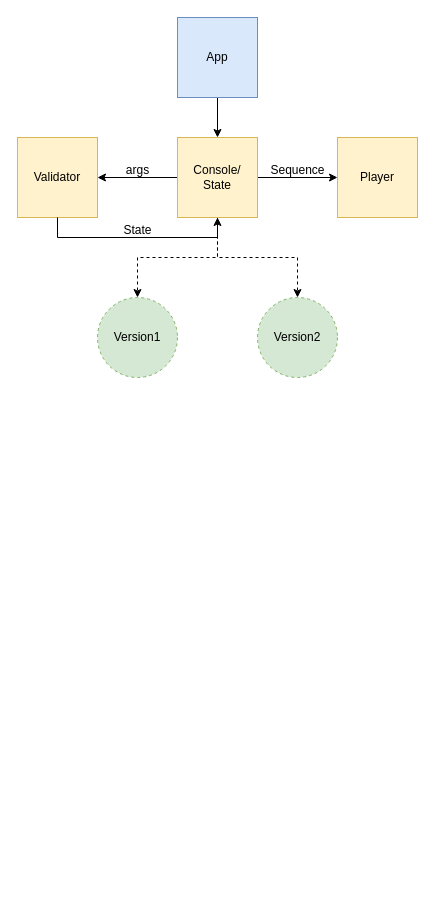
Earlier version of the draw.io diagram design/Actors.drawio (ppiecha/MoMo2). Source tidied: cells renumbered, new cells numbered last; positions are measured from the earlier drawing's top-left corner, leaving out a move shared by most shapes. Both pictures are drawn from the tidied source at 100%, with x=0, y=0 at pixel (17, 17).
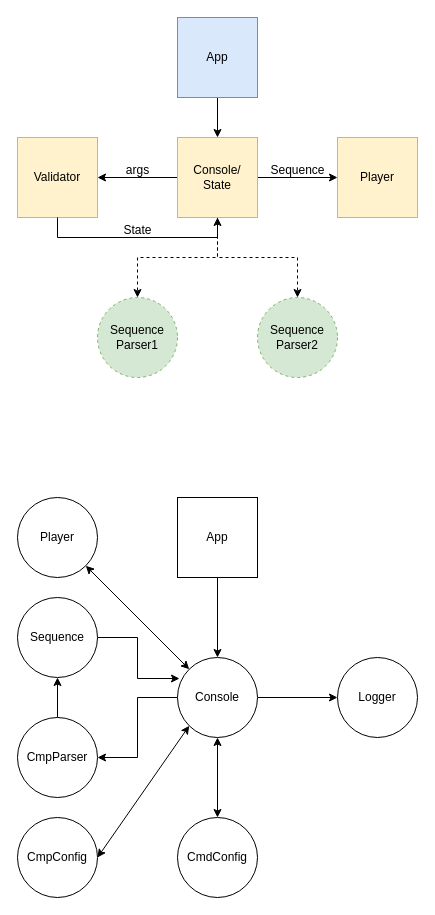
The same page after the edit.

Change to the diagram source:
```diff
@@
-    <mxCell id="9" value="Version1" style="ellipse;whiteSpace=wrap;html=1;fillColor=#d5e8d4;strokeColor=#82b366;dashed=1;" parent="1" vertex="1">
+    <mxCell id="9" value="Sequence&lt;br&gt;Parser1" style="ellipse;whiteSpace=wrap;html=1;fillColor=#d5e8d4;strokeColor=#82b366;dashed=1;" parent="1" vertex="1">
       <mxGeometry x="80" y="280" width="80" height="80" as="geometry" />
     </mxCell>
-    <mxCell id="10" value="Version2" style="ellipse;whiteSpace=wrap;html=1;fillColor=#d5e8d4;strokeColor=#82b366;dashed=1;" parent="1" vertex="1">
+    <mxCell id="10" value="Sequence&lt;br style=&quot;border-color: var(--border-color);&quot;&gt;Parser2" style="ellipse;whiteSpace=wrap;html=1;fillColor=#d5e8d4;strokeColor=#82b366;dashed=1;" parent="1" vertex="1">
       <mxGeometry x="240" y="280" width="80" height="80" as="geometry" />
     </mxCell>
@@
+    <mxCell id="17" style="edgeStyle=orthogonalEdgeStyle;rounded=0;jettySize=auto;html=1;exitX=1;exitY=0.5;exitDx=0;exitDy=0;entryX=0;entryY=0.5;entryDx=0;entryDy=0;" parent="1" edge="1" source="19" target="22">
+      <mxGeometry relative="1" as="geometry" />
+    </mxCell>
+    <mxCell id="18" style="edgeStyle=orthogonalEdgeStyle;rounded=0;jettySize=auto;html=1;exitX=0;exitY=0.5;exitDx=0;exitDy=0;entryX=1;entryY=0.5;entryDx=0;entryDy=0;" parent="1" edge="1" source="19" target="28">
+      <mxGeometry relative="1" as="geometry" />
+    </mxCell>
+    <mxCell id="19" value="Console" style="ellipse;whiteSpace=wrap;html=1;" parent="1" vertex="1">
+      <mxGeometry x="160" y="640" width="80" height="80" as="geometry" />
+    </mxCell>
+    <mxCell id="20" style="edgeStyle=orthogonalEdgeStyle;rounded=0;jettySize=auto;html=1;exitX=0.5;exitY=1;exitDx=0;exitDy=0;entryX=0.5;entryY=0;entryDx=0;entryDy=0;" parent="1" edge="1" source="21" target="19">
+      <mxGeometry relative="1" as="geometry" />
+    </mxCell>
+    <mxCell id="21" value="App" style="whiteSpace=wrap;html=1;" parent="1" vertex="1">
+      <mxGeometry x="160" y="480" width="80" height="80" as="geometry" />
+    </mxCell>
+    <mxCell id="22" value="Logger" style="ellipse;whiteSpace=wrap;html=1;" parent="1" vertex="1">
+      <mxGeometry x="320" y="640" width="80" height="80" as="geometry" />
+    </mxCell>
+    <mxCell id="23" value="CmdConfig" style="ellipse;whiteSpace=wrap;html=1;" parent="1" vertex="1">
+      <mxGeometry x="160" y="800" width="80" height="80" as="geometry" />
+    </mxCell>
+    <mxCell id="24" value="CmpConfig" style="ellipse;whiteSpace=wrap;html=1;" parent="1" vertex="1">
+      <mxGeometry y="800" width="80" height="80" as="geometry" />
+    </mxCell>
+    <mxCell id="25" style="endArrow=classic;startArrow=classic;html=1;rounded=0;entryX=0.5;entryY=1;entryDx=0;entryDy=0;exitX=0.5;exitY=0;exitDx=0;exitDy=0;" parent="1" edge="1" source="23" target="19">
+      <mxGeometry relative="1" as="geometry" />
+    </mxCell>
+    <mxCell id="26" style="endArrow=classic;startArrow=classic;html=1;rounded=0;entryX=0;entryY=1;entryDx=0;entryDy=0;exitX=1;exitY=0.5;exitDx=0;exitDy=0;" parent="1" edge="1" source="24" target="19">
+      <mxGeometry relative="1" as="geometry" />
+    </mxCell>
+    <mxCell id="27" style="edgeStyle=orthogonalEdgeStyle;rounded=0;jettySize=auto;html=1;exitX=0.5;exitY=0;exitDx=0;exitDy=0;entryX=0.5;entryY=1;entryDx=0;entryDy=0;" parent="1" edge="1" source="28" target="31">
+      <mxGeometry relative="1" as="geometry" />
+    </mxCell>
+    <mxCell id="28" value="CmpParser" style="ellipse;whiteSpace=wrap;html=1;" parent="1" vertex="1">
+      <mxGeometry y="700" width="80" height="80" as="geometry" />
+    </mxCell>
+    <mxCell id="29" value="Player" style="ellipse;whiteSpace=wrap;html=1;" parent="1" vertex="1">
+      <mxGeometry y="480" width="80" height="80" as="geometry" />
+    </mxCell>
+    <mxCell id="30" style="endArrow=classic;startArrow=classic;html=1;rounded=0;entryX=0;entryY=0;entryDx=0;entryDy=0;exitX=1;exitY=1;exitDx=0;exitDy=0;" parent="1" edge="1" source="29" target="19">
+      <mxGeometry relative="1" as="geometry" />
+    </mxCell>
+    <mxCell id="31" value="Sequence" style="ellipse;whiteSpace=wrap;html=1;" parent="1" vertex="1">
+      <mxGeometry y="580" width="80" height="80" as="geometry" />
+    </mxCell>
+    <mxCell id="32" style="edgeStyle=orthogonalEdgeStyle;rounded=0;jettySize=auto;html=1;exitX=1;exitY=0.5;exitDx=0;exitDy=0;entryX=0.025;entryY=0.263;entryDx=0;entryDy=0;entryPerimeter=0;" parent="1" edge="1" source="31" target="19">
+      <mxGeometry relative="1" as="geometry" />
+    </mxCell>
```
